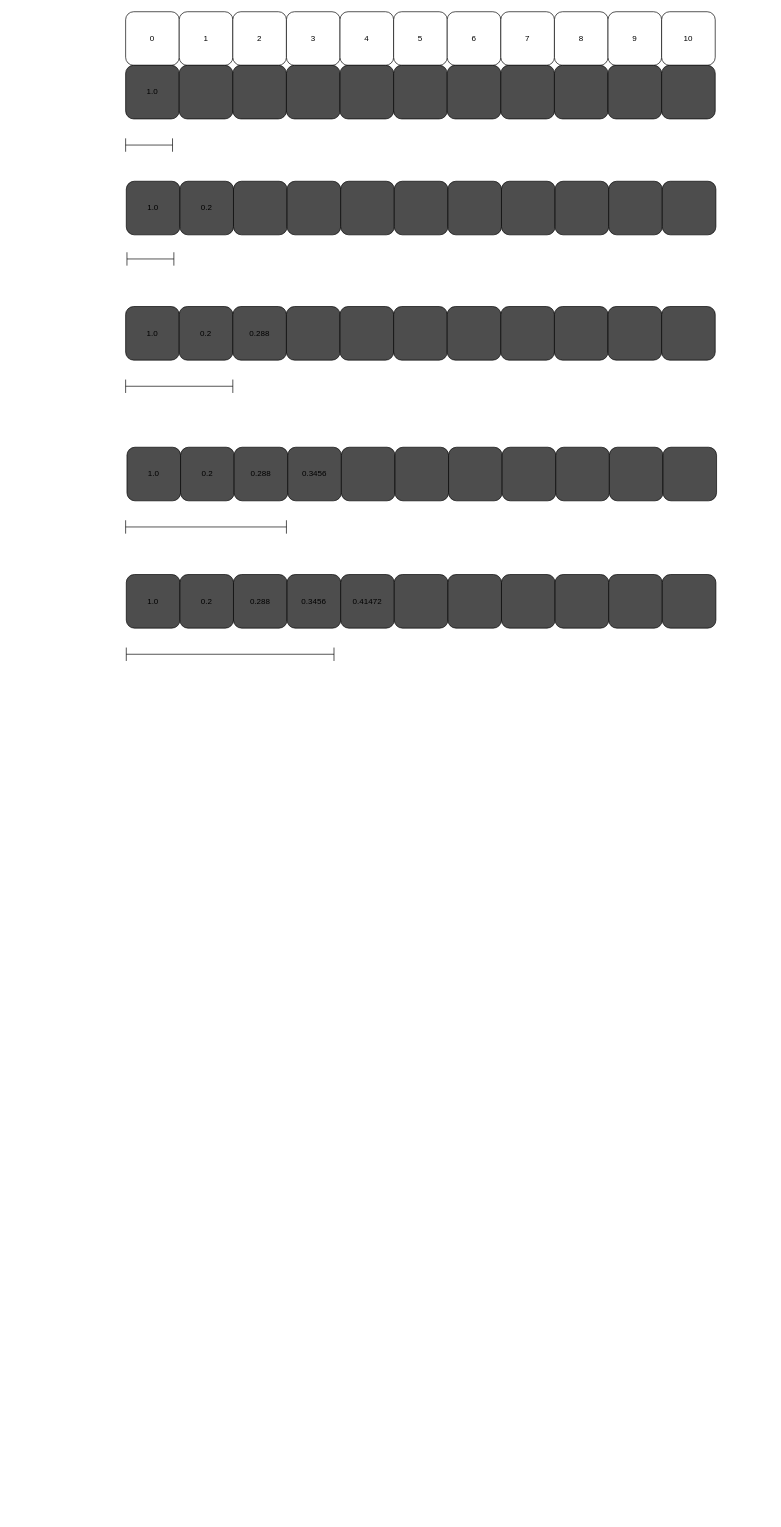
Earlier version of the draw.io diagram New 21 game.drawio (brianchiang-tw/leetcode). Source tidied: cells renumbered, new cells numbered last; positions are measured from the earlier drawing's top-left corner, leaving out a move shared by most shapes. Both pictures are drawn from the tidied source at 67%, with x=0, y=0 at pixel (125, 11).
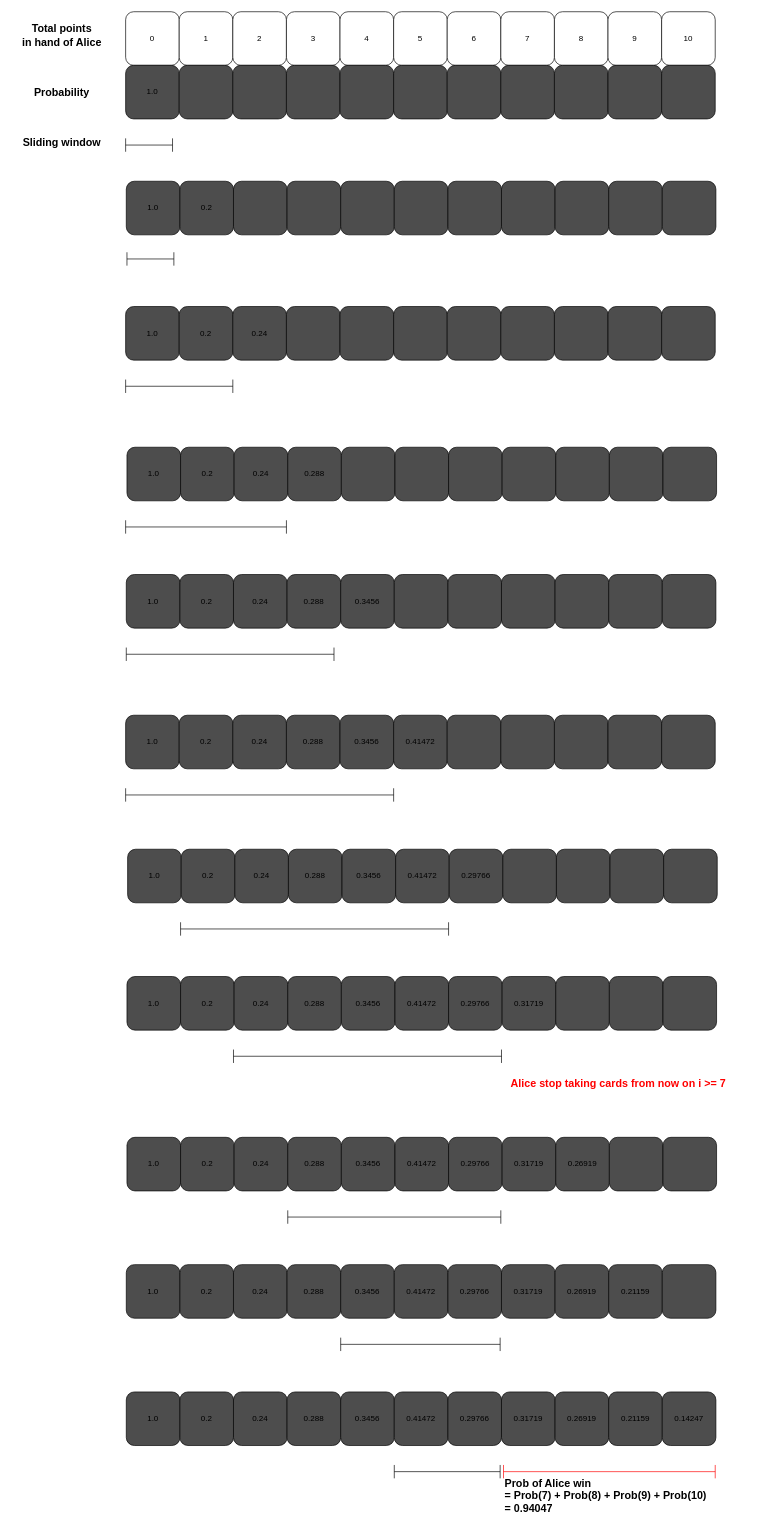
After the change.

The change refers to these unchanged cells:
```xml
<mxCell id="25" style="group;" parent="1" vertex="1">
  <mxGeometry y="440" width="880" height="129" as="geometry" />
</mxCell>
<mxCell id="51" style="group;" parent="1" vertex="1">
  <mxGeometry x="1" y="840" width="880" height="129" as="geometry" />
</mxCell>
<mxCell id="64" style="group;" parent="1" vertex="1">
  <mxGeometry x="12" y="650" width="880" height="129" as="geometry" />
</mxCell>
```

The edit, as a diff of the source:
```diff
@@
-    <mxCell id="29" value="0.288" style="rounded=1;whiteSpace=wrap;html=1;fillColor=#4D4D4D;" parent="25" vertex="1">
+    <mxCell id="29" value="0.24" style="rounded=1;whiteSpace=wrap;html=1;fillColor=#4D4D4D;" parent="25" vertex="1">
       <mxGeometry x="160" width="80" height="80" as="geometry" />
     </mxCell>
@@
-    <mxCell id="55" value="0.288" style="rounded=1;whiteSpace=wrap;html=1;fillColor=#4D4D4D;" parent="51" vertex="1">
+    <mxCell id="55" value="0.24" style="rounded=1;whiteSpace=wrap;html=1;fillColor=#4D4D4D;" parent="51" vertex="1">
       <mxGeometry x="160" width="80" height="80" as="geometry" />
     </mxCell>
-    <mxCell id="56" value="0.3456" style="rounded=1;whiteSpace=wrap;html=1;fillColor=#4D4D4D;" parent="51" vertex="1">
+    <mxCell id="56" value="0.288" style="rounded=1;whiteSpace=wrap;html=1;fillColor=#4D4D4D;" parent="51" vertex="1">
       <mxGeometry x="240" width="80" height="80" as="geometry" />
     </mxCell>
-    <mxCell id="57" value="0.41472" style="rounded=1;whiteSpace=wrap;html=1;fillColor=#4D4D4D;" parent="51" vertex="1">
+    <mxCell id="57" value="0.3456" style="rounded=1;whiteSpace=wrap;html=1;fillColor=#4D4D4D;" parent="51" vertex="1">
       <mxGeometry x="320" width="80" height="80" as="geometry" />
     </mxCell>
@@
-    <mxCell id="68" value="0.288" style="rounded=1;whiteSpace=wrap;html=1;fillColor=#4D4D4D;" parent="64" vertex="1">
+    <mxCell id="68" value="0.24" style="rounded=1;whiteSpace=wrap;html=1;fillColor=#4D4D4D;" parent="64" vertex="1">
       <mxGeometry x="150" width="80" height="80" as="geometry" />
     </mxCell>
-    <mxCell id="69" value="0.3456" style="rounded=1;whiteSpace=wrap;html=1;fillColor=#4D4D4D;" parent="64" vertex="1">
+    <mxCell id="69" value="0.288" style="rounded=1;whiteSpace=wrap;html=1;fillColor=#4D4D4D;" parent="64" vertex="1">
       <mxGeometry x="230" width="80" height="80" as="geometry" />
     </mxCell>
@@
+    <mxCell id="77" style="group;" parent="1" vertex="1">
+      <mxGeometry x="2" y="1680" width="880" height="129" as="geometry" />
+    </mxCell>
+    <mxCell id="78" style="shape=crossbar;whiteSpace=wrap;html=1;rounded=1;" parent="77" vertex="1">
+      <mxGeometry x="240" y="109" width="318" height="20" as="geometry" />
+    </mxCell>
+    <mxCell id="79" value="1.0" style="rounded=1;whiteSpace=wrap;html=1;fillColor=#4D4D4D;" parent="77" vertex="1">
+      <mxGeometry width="80" height="80" as="geometry" />
+    </mxCell>
+    <mxCell id="80" value="0.2" style="rounded=1;whiteSpace=wrap;html=1;fillColor=#4D4D4D;" parent="77" vertex="1">
+      <mxGeometry x="80" width="80" height="80" as="geometry" />
+    </mxCell>
+    <mxCell id="81" value="0.24" style="rounded=1;whiteSpace=wrap;html=1;fillColor=#4D4D4D;" parent="77" vertex="1">
+      <mxGeometry x="160" width="80" height="80" as="geometry" />
+    </mxCell>
+    <mxCell id="82" value="0.288" style="rounded=1;whiteSpace=wrap;html=1;fillColor=#4D4D4D;" parent="77" vertex="1">
+      <mxGeometry x="240" width="80" height="80" as="geometry" />
+    </mxCell>
+    <mxCell id="83" value="0.3456" style="rounded=1;whiteSpace=wrap;html=1;fillColor=#4D4D4D;" parent="77" vertex="1">
+      <mxGeometry x="320" width="80" height="80" as="geometry" />
+    </mxCell>
+    <mxCell id="84" value="0.41472" style="rounded=1;whiteSpace=wrap;html=1;fillColor=#4D4D4D;" parent="77" vertex="1">
+      <mxGeometry x="400" width="80" height="80" as="geometry" />
+    </mxCell>
+    <mxCell id="85" value="0.29766" style="rounded=1;whiteSpace=wrap;html=1;fillColor=#4D4D4D;" parent="77" vertex="1">
+      <mxGeometry x="480" width="80" height="80" as="geometry" />
+    </mxCell>
+    <mxCell id="86" value="0.31719" style="rounded=1;whiteSpace=wrap;html=1;fillColor=#4D4D4D;" parent="77" vertex="1">
+      <mxGeometry x="560" width="80" height="80" as="geometry" />
+    </mxCell>
+    <mxCell id="87" value="0.26919" style="rounded=1;whiteSpace=wrap;html=1;fillColor=#4D4D4D;" parent="77" vertex="1">
+      <mxGeometry x="640" width="80" height="80" as="geometry" />
+    </mxCell>
+    <mxCell id="88" style="rounded=1;whiteSpace=wrap;html=1;fillColor=#4D4D4D;" parent="77" vertex="1">
+      <mxGeometry x="720" width="80" height="80" as="geometry" />
+    </mxCell>
+    <mxCell id="89" style="rounded=1;whiteSpace=wrap;html=1;fillColor=#4D4D4D;" parent="77" vertex="1">
+      <mxGeometry x="800" width="80" height="80" as="geometry" />
+    </mxCell>
+    <mxCell id="90" style="group;" parent="1" vertex="1">
+      <mxGeometry x="8" y="1050" width="880" height="129" as="geometry" />
+    </mxCell>
+    <mxCell id="91" style="shape=crossbar;whiteSpace=wrap;html=1;rounded=1;" parent="90" vertex="1">
+      <mxGeometry x="-8" y="109" width="400" height="20" as="geometry" />
+    </mxCell>
+    <mxCell id="92" value="1.0" style="rounded=1;whiteSpace=wrap;html=1;fillColor=#4D4D4D;" parent="90" vertex="1">
+      <mxGeometry x="-8" width="80" height="80" as="geometry" />
+    </mxCell>
+    <mxCell id="93" value="0.2" style="rounded=1;whiteSpace=wrap;html=1;fillColor=#4D4D4D;" parent="90" vertex="1">
+      <mxGeometry x="72" width="80" height="80" as="geometry" />
+    </mxCell>
+    <mxCell id="94" value="0.24" style="rounded=1;whiteSpace=wrap;html=1;fillColor=#4D4D4D;" parent="90" vertex="1">
+      <mxGeometry x="152" width="80" height="80" as="geometry" />
+    </mxCell>
+    <mxCell id="95" value="0.288" style="rounded=1;whiteSpace=wrap;html=1;fillColor=#4D4D4D;" parent="90" vertex="1">
+      <mxGeometry x="232" width="80" height="80" as="geometry" />
+    </mxCell>
+    <mxCell id="96" value="0.3456" style="rounded=1;whiteSpace=wrap;html=1;fillColor=#4D4D4D;" parent="90" vertex="1">
+      <mxGeometry x="312" width="80" height="80" as="geometry" />
+    </mxCell>
+    <mxCell id="97" value="0.41472" style="rounded=1;whiteSpace=wrap;html=1;fillColor=#4D4D4D;" parent="90" vertex="1">
+      <mxGeometry x="392" width="80" height="80" as="geometry" />
+    </mxCell>
+    <mxCell id="98" style="rounded=1;whiteSpace=wrap;html=1;fillColor=#4D4D4D;" parent="90" vertex="1">
+      <mxGeometry x="472" width="80" height="80" as="geometry" />
+    </mxCell>
+    <mxCell id="99" style="rounded=1;whiteSpace=wrap;html=1;fillColor=#4D4D4D;" parent="90" vertex="1">
+      <mxGeometry x="552" width="80" height="80" as="geometry" />
+    </mxCell>
+    <mxCell id="100" style="rounded=1;whiteSpace=wrap;html=1;fillColor=#4D4D4D;" parent="90" vertex="1">
+      <mxGeometry x="632" width="80" height="80" as="geometry" />
+    </mxCell>
+    <mxCell id="101" style="rounded=1;whiteSpace=wrap;html=1;fillColor=#4D4D4D;" parent="90" vertex="1">
+      <mxGeometry x="712" width="80" height="80" as="geometry" />
+    </mxCell>
+    <mxCell id="102" style="rounded=1;whiteSpace=wrap;html=1;fillColor=#4D4D4D;" parent="90" vertex="1">
+      <mxGeometry x="792" width="80" height="80" as="geometry" />
+    </mxCell>
+    <mxCell id="103" style="group;" parent="1" vertex="1">
+      <mxGeometry x="3" y="1250" width="880" height="129" as="geometry" />
+    </mxCell>
+    <mxCell id="104" style="shape=crossbar;whiteSpace=wrap;html=1;rounded=1;" parent="103" vertex="1">
+      <mxGeometry x="79" y="109" width="400" height="20" as="geometry" />
+    </mxCell>
+    <mxCell id="105" value="1.0" style="rounded=1;whiteSpace=wrap;html=1;fillColor=#4D4D4D;" parent="103" vertex="1">
+      <mxGeometry width="80" height="80" as="geometry" />
+    </mxCell>
+    <mxCell id="106" value="0.2" style="rounded=1;whiteSpace=wrap;html=1;fillColor=#4D4D4D;" parent="103" vertex="1">
+      <mxGeometry x="80" width="80" height="80" as="geometry" />
+    </mxCell>
+    <mxCell id="107" value="0.24" style="rounded=1;whiteSpace=wrap;html=1;fillColor=#4D4D4D;" parent="103" vertex="1">
+      <mxGeometry x="160" width="80" height="80" as="geometry" />
+    </mxCell>
+    <mxCell id="108" value="0.288" style="rounded=1;whiteSpace=wrap;html=1;fillColor=#4D4D4D;" parent="103" vertex="1">
+      <mxGeometry x="240" width="80" height="80" as="geometry" />
+    </mxCell>
+    <mxCell id="109" value="0.3456" style="rounded=1;whiteSpace=wrap;html=1;fillColor=#4D4D4D;" parent="103" vertex="1">
+      <mxGeometry x="320" width="80" height="80" as="geometry" />
+    </mxCell>
+    <mxCell id="110" value="0.41472" style="rounded=1;whiteSpace=wrap;html=1;fillColor=#4D4D4D;" parent="103" vertex="1">
+      <mxGeometry x="400" width="80" height="80" as="geometry" />
+    </mxCell>
+    <mxCell id="111" value="0.29766" style="rounded=1;whiteSpace=wrap;html=1;fillColor=#4D4D4D;" parent="103" vertex="1">
+      <mxGeometry x="480" width="80" height="80" as="geometry" />
+    </mxCell>
+    <mxCell id="112" style="rounded=1;whiteSpace=wrap;html=1;fillColor=#4D4D4D;" parent="103" vertex="1">
+      <mxGeometry x="560" width="80" height="80" as="geometry" />
+    </mxCell>
+    <mxCell id="113" style="rounded=1;whiteSpace=wrap;html=1;fillColor=#4D4D4D;" parent="103" vertex="1">
+      <mxGeometry x="640" width="80" height="80" as="geometry" />
+    </mxCell>
+    <mxCell id="114" style="rounded=1;whiteSpace=wrap;html=1;fillColor=#4D4D4D;" parent="103" vertex="1">
+      <mxGeometry x="720" width="80" height="80" as="geometry" />
+    </mxCell>
+    <mxCell id="115" style="rounded=1;whiteSpace=wrap;html=1;fillColor=#4D4D4D;" parent="103" vertex="1">
+      <mxGeometry x="800" width="80" height="80" as="geometry" />
+    </mxCell>
+    <mxCell id="116" value="&lt;font color=&quot;#ff0000&quot; style=&quot;font-size: 16px;&quot;&gt;&lt;b&gt;Alice stop taking cards from now on i &amp;gt;= 7&lt;/b&gt;&lt;/font&gt;" style="text;html=1;strokeColor=none;fillColor=none;align=center;verticalAlign=middle;whiteSpace=wrap;rounded=0;" parent="1" vertex="1">
+      <mxGeometry x="571" y="1585" width="329" height="30" as="geometry" />
+    </mxCell>
+    <mxCell id="117" style="group;" parent="1" vertex="1">
+      <mxGeometry x="10" y="1440" width="880" height="129" as="geometry" />
+    </mxCell>
+    <mxCell id="118" style="shape=crossbar;whiteSpace=wrap;html=1;rounded=1;" parent="117" vertex="1">
+      <mxGeometry x="151" y="109" width="400" height="20" as="geometry" />
+    </mxCell>
+    <mxCell id="119" value="1.0" style="rounded=1;whiteSpace=wrap;html=1;fillColor=#4D4D4D;" parent="117" vertex="1">
+      <mxGeometry x="-8" width="80" height="80" as="geometry" />
+    </mxCell>
+    <mxCell id="120" value="0.2" style="rounded=1;whiteSpace=wrap;html=1;fillColor=#4D4D4D;" parent="117" vertex="1">
+      <mxGeometry x="72" width="80" height="80" as="geometry" />
+    </mxCell>
+    <mxCell id="121" value="0.24" style="rounded=1;whiteSpace=wrap;html=1;fillColor=#4D4D4D;" parent="117" vertex="1">
+      <mxGeometry x="152" width="80" height="80" as="geometry" />
+    </mxCell>
+    <mxCell id="122" value="0.288" style="rounded=1;whiteSpace=wrap;html=1;fillColor=#4D4D4D;" parent="117" vertex="1">
+      <mxGeometry x="232" width="80" height="80" as="geometry" />
+    </mxCell>
+    <mxCell id="123" value="0.3456" style="rounded=1;whiteSpace=wrap;html=1;fillColor=#4D4D4D;" parent="117" vertex="1">
+      <mxGeometry x="312" width="80" height="80" as="geometry" />
+    </mxCell>
+    <mxCell id="124" value="0.41472" style="rounded=1;whiteSpace=wrap;html=1;fillColor=#4D4D4D;" parent="117" vertex="1">
+      <mxGeometry x="392" width="80" height="80" as="geometry" />
+    </mxCell>
+    <mxCell id="125" value="0.29766" style="rounded=1;whiteSpace=wrap;html=1;fillColor=#4D4D4D;" parent="117" vertex="1">
+      <mxGeometry x="472" width="80" height="80" as="geometry" />
+    </mxCell>
+    <mxCell id="126" value="0.31719" style="rounded=1;whiteSpace=wrap;html=1;fillColor=#4D4D4D;" parent="117" vertex="1">
+      <mxGeometry x="552" width="80" height="80" as="geometry" />
+    </mxCell>
+    <mxCell id="127" style="rounded=1;whiteSpace=wrap;html=1;fillColor=#4D4D4D;" parent="117" vertex="1">
+      <mxGeometry x="632" width="80" height="80" as="geometry" />
+    </mxCell>
+    <mxCell id="128" style="rounded=1;whiteSpace=wrap;html=1;fillColor=#4D4D4D;" parent="117" vertex="1">
+      <mxGeometry x="712" width="80" height="80" as="geometry" />
+    </mxCell>
+    <mxCell id="129" style="rounded=1;whiteSpace=wrap;html=1;fillColor=#4D4D4D;" parent="117" vertex="1">
+      <mxGeometry x="792" width="80" height="80" as="geometry" />
+    </mxCell>
+    <mxCell id="130" style="group;" parent="1" vertex="1">
+      <mxGeometry x="1" y="1870" width="880" height="129" as="geometry" />
+    </mxCell>
+    <mxCell id="131" style="shape=crossbar;whiteSpace=wrap;html=1;rounded=1;" parent="130" vertex="1">
+      <mxGeometry x="320" y="109" width="238" height="20" as="geometry" />
+    </mxCell>
+    <mxCell id="132" value="1.0" style="rounded=1;whiteSpace=wrap;html=1;fillColor=#4D4D4D;" parent="130" vertex="1">
+      <mxGeometry width="80" height="80" as="geometry" />
+    </mxCell>
+    <mxCell id="133" value="0.2" style="rounded=1;whiteSpace=wrap;html=1;fillColor=#4D4D4D;" parent="130" vertex="1">
+      <mxGeometry x="80" width="80" height="80" as="geometry" />
+    </mxCell>
+    <mxCell id="134" value="0.24" style="rounded=1;whiteSpace=wrap;html=1;fillColor=#4D4D4D;" parent="130" vertex="1">
+      <mxGeometry x="160" width="80" height="80" as="geometry" />
+    </mxCell>
+    <mxCell id="135" value="0.288" style="rounded=1;whiteSpace=wrap;html=1;fillColor=#4D4D4D;" parent="130" vertex="1">
+      <mxGeometry x="240" width="80" height="80" as="geometry" />
+    </mxCell>
+    <mxCell id="136" value="0.3456" style="rounded=1;whiteSpace=wrap;html=1;fillColor=#4D4D4D;" parent="130" vertex="1">
+      <mxGeometry x="320" width="80" height="80" as="geometry" />
+    </mxCell>
+    <mxCell id="137" value="0.41472" style="rounded=1;whiteSpace=wrap;html=1;fillColor=#4D4D4D;" parent="130" vertex="1">
+      <mxGeometry x="400" width="80" height="80" as="geometry" />
+    </mxCell>
+    <mxCell id="138" value="0.29766" style="rounded=1;whiteSpace=wrap;html=1;fillColor=#4D4D4D;" parent="130" vertex="1">
+      <mxGeometry x="480" width="80" height="80" as="geometry" />
+    </mxCell>
+    <mxCell id="139" value="0.31719" style="rounded=1;whiteSpace=wrap;html=1;fillColor=#4D4D4D;" parent="130" vertex="1">
+      <mxGeometry x="560" width="80" height="80" as="geometry" />
+    </mxCell>
+    <mxCell id="140" value="0.26919" style="rounded=1;whiteSpace=wrap;html=1;fillColor=#4D4D4D;" parent="130" vertex="1">
+      <mxGeometry x="640" width="80" height="80" as="geometry" />
+    </mxCell>
+    <mxCell id="141" value="0.21159" style="rounded=1;whiteSpace=wrap;html=1;fillColor=#4D4D4D;" parent="130" vertex="1">
+      <mxGeometry x="720" width="80" height="80" as="geometry" />
+    </mxCell>
+    <mxCell id="142" style="rounded=1;whiteSpace=wrap;html=1;fillColor=#4D4D4D;" parent="130" vertex="1">
+      <mxGeometry x="800" width="80" height="80" as="geometry" />
+    </mxCell>
+    <mxCell id="143" style="group;" parent="1" vertex="1">
+      <mxGeometry x="1" y="2060" width="880" height="129" as="geometry" />
+    </mxCell>
+    <mxCell id="144" style="shape=crossbar;whiteSpace=wrap;html=1;rounded=1;" parent="143" vertex="1">
+      <mxGeometry x="400" y="109" width="158" height="20" as="geometry" />
+    </mxCell>
+    <mxCell id="145" value="1.0" style="rounded=1;whiteSpace=wrap;html=1;fillColor=#4D4D4D;" parent="143" vertex="1">
+      <mxGeometry width="80" height="80" as="geometry" />
+    </mxCell>
+    <mxCell id="146" value="0.2" style="rounded=1;whiteSpace=wrap;html=1;fillColor=#4D4D4D;" parent="143" vertex="1">
+      <mxGeometry x="80" width="80" height="80" as="geometry" />
+    </mxCell>
+    <mxCell id="147" value="0.24" style="rounded=1;whiteSpace=wrap;html=1;fillColor=#4D4D4D;" parent="143" vertex="1">
+      <mxGeometry x="160" width="80" height="80" as="geometry" />
+    </mxCell>
+    <mxCell id="148" value="0.288" style="rounded=1;whiteSpace=wrap;html=1;fillColor=#4D4D4D;" parent="143" vertex="1">
+      <mxGeometry x="240" width="80" height="80" as="geometry" />
+    </mxCell>
+    <mxCell id="149" value="0.3456" style="rounded=1;whiteSpace=wrap;html=1;fillColor=#4D4D4D;" parent="143" vertex="1">
+      <mxGeometry x="320" width="80" height="80" as="geometry" />
+    </mxCell>
+    <mxCell id="150" value="0.41472" style="rounded=1;whiteSpace=wrap;html=1;fillColor=#4D4D4D;" parent="143" vertex="1">
+      <mxGeometry x="400" width="80" height="80" as="geometry" />
+    </mxCell>
+    <mxCell id="151" value="0.29766" style="rounded=1;whiteSpace=wrap;html=1;fillColor=#4D4D4D;" parent="143" vertex="1">
+      <mxGeometry x="480" width="80" height="80" as="geometry" />
+    </mxCell>
+    <mxCell id="152" value="0.31719" style="rounded=1;whiteSpace=wrap;html=1;fillColor=#4D4D4D;" parent="143" vertex="1">
+      <mxGeometry x="560" width="80" height="80" as="geometry" />
+    </mxCell>
+    <mxCell id="153" value="0.26919" style="rounded=1;whiteSpace=wrap;html=1;fillColor=#4D4D4D;" parent="143" vertex="1">
+      <mxGeometry x="640" width="80" height="80" as="geometry" />
+    </mxCell>
+    <mxCell id="154" value="0.21159" style="rounded=1;whiteSpace=wrap;html=1;fillColor=#4D4D4D;" parent="143" vertex="1">
+      <mxGeometry x="720" width="80" height="80" as="geometry" />
+    </mxCell>
+    <mxCell id="155" value="0.14247" style="rounded=1;whiteSpace=wrap;html=1;fillColor=#4D4D4D;" parent="143" vertex="1">
+      <mxGeometry x="800" width="80" height="80" as="geometry" />
+    </mxCell>
+    <mxCell id="156" style="shape=crossbar;whiteSpace=wrap;html=1;rounded=1;fillColor=#FF0000;strokeColor=#FF0000;" parent="1" vertex="1">
+      <mxGeometry x="564" y="2169" width="316" height="20" as="geometry" />
+    </mxCell>
+    <mxCell id="157" value="&lt;font style=&quot;font-size: 16px;&quot;&gt;&lt;b&gt;Prob of Alice win &lt;br&gt;= Prob(7) + Prob(8) + Prob(9) + Prob(10)&lt;br&gt;= 0.94047&lt;/b&gt;&lt;br&gt;&lt;/font&gt;" style="text;html=1;strokeColor=none;fillColor=none;align=left;verticalAlign=middle;whiteSpace=wrap;rounded=0;" parent="1" vertex="1">
+      <mxGeometry x="564" y="2200" width="398" height="30" as="geometry" />
+    </mxCell>
+    <mxCell id="158" value="&lt;font style=&quot;font-size: 16px;&quot;&gt;&lt;b&gt;Total points &lt;br&gt;in hand of Alice&lt;/b&gt;&lt;/font&gt;" style="text;html=1;strokeColor=none;fillColor=none;align=center;verticalAlign=middle;whiteSpace=wrap;rounded=0;" parent="1" vertex="1">
+      <mxGeometry x="-170" y="10" width="150" height="50" as="geometry" />
+    </mxCell>
+    <mxCell id="159" value="&lt;font style=&quot;font-size: 16px;&quot;&gt;&lt;b&gt;Probability&lt;/b&gt;&lt;/font&gt;" style="text;html=1;strokeColor=none;fillColor=none;align=center;verticalAlign=middle;whiteSpace=wrap;rounded=0;" parent="1" vertex="1">
+      <mxGeometry x="-170" y="95" width="150" height="50" as="geometry" />
+    </mxCell>
+    <mxCell id="160" value="&lt;font style=&quot;font-size: 16px;&quot;&gt;&lt;b&gt;Sliding window&lt;/b&gt;&lt;/font&gt;" style="text;html=1;strokeColor=none;fillColor=none;align=center;verticalAlign=middle;whiteSpace=wrap;rounded=0;" parent="1" vertex="1">
+      <mxGeometry x="-170" y="170" width="150" height="50" as="geometry" />
+    </mxCell>
```
